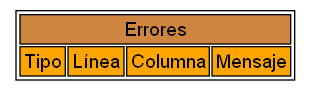
Before: Server_OLC2/imagenes/errores.png, a diagram exported from Graphviz (sebbbasdl/OLC2_P2_201906085). Its source is kept beside it as Server_OLC2/imagenes/errores.dot.
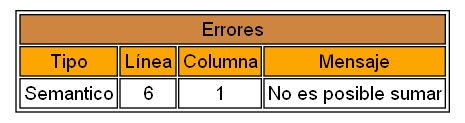
Later version of the same file.

Commit message:
Tabla de simbolos y se agrego errores semanticos a tabla errores

The edit, as a diff of the source:
```diff
@@ -2,5 +2,6 @@
   node [shape=none fontname=Helvetica]
   n1 [label = <<table>
     <tr><td colspan="4" bgcolor="Peru">Errores</td></tr>
-    <tr><td bgcolor="orange">Tipo</td><td bgcolor="orange">Línea</td><td bgcolor="orange">Columna</td><td bgcolor="orange">Mensaje</td></tr>  </table>> ]
+    <tr><td bgcolor="orange">Tipo</td><td bgcolor="orange">Línea</td><td bgcolor="orange">Columna</td><td bgcolor="orange">Mensaje</td></tr>    <tr><td>Semantico</td><td>6</td><td>1</td><td>No es posible sumar</td></tr>
+  </table>> ]
 }
```
